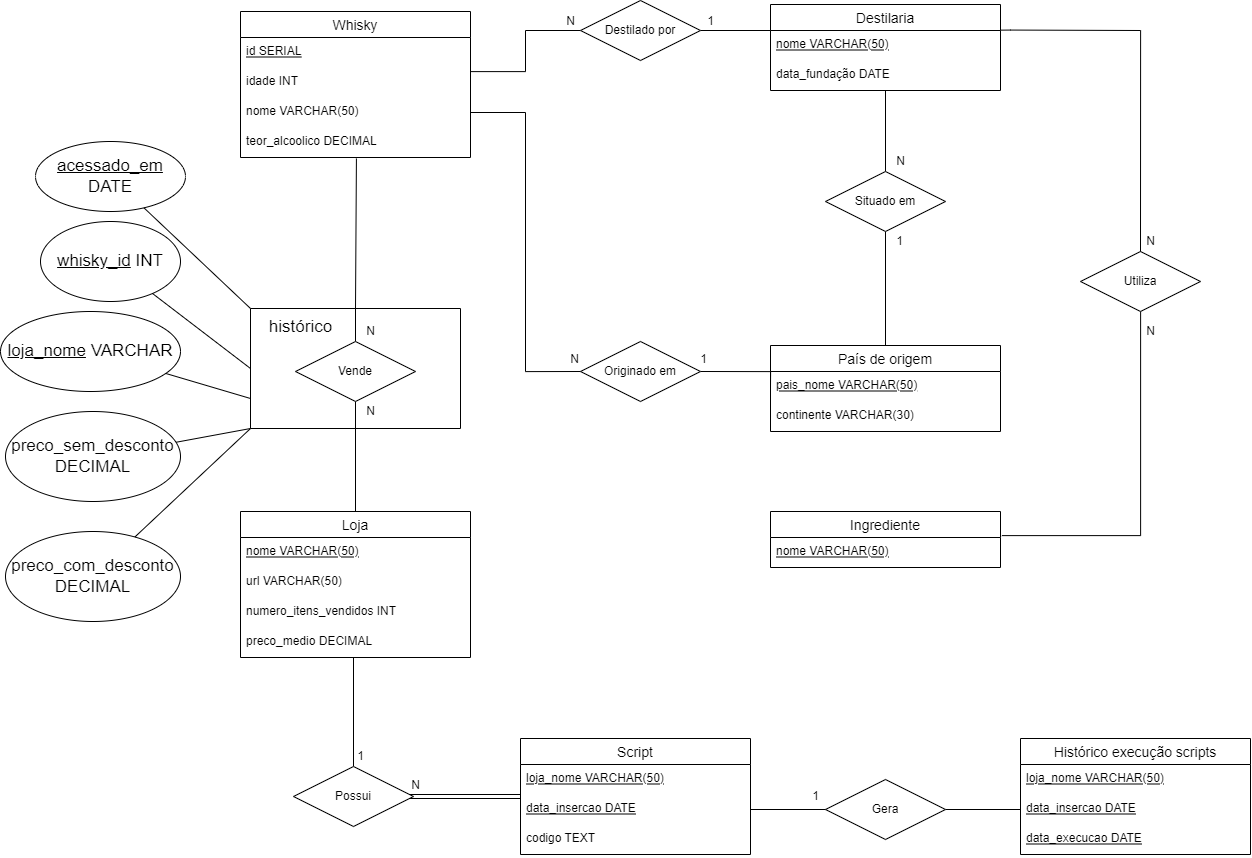
The draw.io diagram diagrama-ER.png in felipedallmann/Trabalho_Banco_de_Dados, before a commit. Source tidied: cells renumbered, new cells last; positions are measured from the earlier drawing's top-left corner, leaving out a move shared by most shapes.
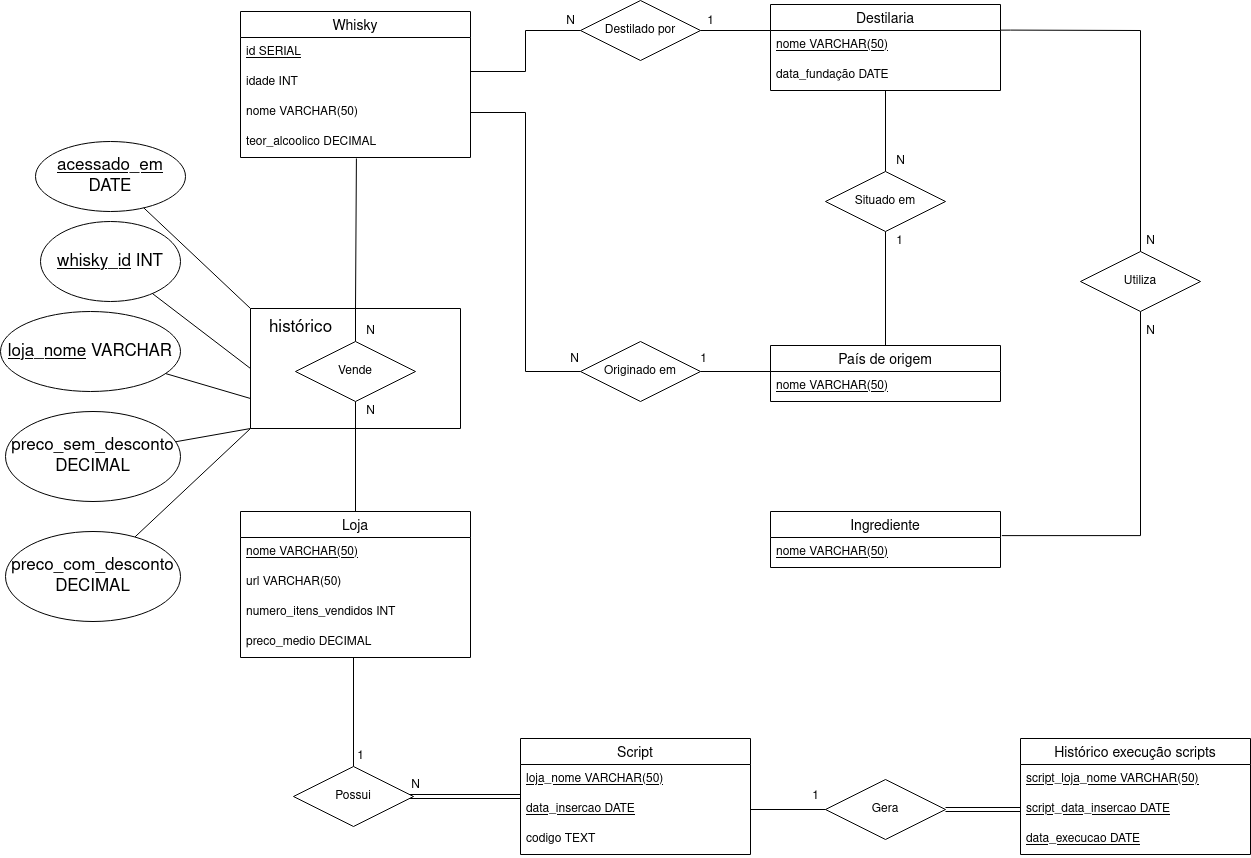
The same diagram one commit later.

Commit message:
Remover continente da tabela pais_de_origem.

What changed in the source:
```diff
@@ -27,14 +27,11 @@
       <mxGeometry y="56" width="230" height="30" as="geometry" />
     </mxCell>
     <mxCell id="10" value="País de origem" style="swimlane;fontStyle=0;horizontal=1;startSize=26;align=center;fontSize=14;" parent="1" vertex="1">
-      <mxGeometry x="770" y="345" width="230" height="86" as="geometry" />
+      <mxGeometry x="770" y="345" width="230" height="56" as="geometry" />
     </mxCell>
-    <mxCell id="11" value="pais_nome VARCHAR(50)" style="text;strokeColor=none;fillColor=none;spacingLeft=4;spacingRight=4;overflow=hidden;points=[[0,0.5],[1,0.5]];portConstraint=eastwest;fontSize=12;fontStyle=4;" parent="10" vertex="1">
+    <mxCell id="11" value="nome VARCHAR(50)" style="text;strokeColor=none;fillColor=none;spacingLeft=4;spacingRight=4;overflow=hidden;points=[[0,0.5],[1,0.5]];portConstraint=eastwest;fontSize=12;fontStyle=4;" parent="10" vertex="1">
       <mxGeometry y="26" width="230" height="30" as="geometry" />
     </mxCell>
-    <mxCell id="12" value="continente VARCHAR(30)" style="text;strokeColor=none;fillColor=none;spacingLeft=4;spacingRight=4;overflow=hidden;fontSize=12;fontStyle=0;" parent="10" vertex="1">
-      <mxGeometry y="56" width="230" height="30" as="geometry" />
-    </mxCell>
     <mxCell id="13" style="edgeStyle=orthogonalEdgeStyle;rounded=0;jettySize=auto;html=1;exitX=0;exitY=0.5;exitDx=0;exitDy=0;endArrow=none;endFill=0;" parent="1" edge="1" source="15">
       <mxGeometry relative="1" as="geometry">
         <mxPoint x="470" y="71" as="targetPoint" />
@@ -232,18 +229,15 @@
     <mxCell id="66" value="Histórico execução scripts" style="swimlane;fontStyle=0;horizontal=1;startSize=26;align=center;fontSize=14;" parent="1" vertex="1">
       <mxGeometry x="1020" y="738" width="230" height="116" as="geometry" />
     </mxCell>
-    <mxCell id="67" value="loja_nome VARCHAR(50)" style="text;strokeColor=none;fillColor=none;spacingLeft=4;spacingRight=4;overflow=hidden;fontSize=12;fontStyle=4;" parent="66" vertex="1">
+    <mxCell id="67" value="script_loja_nome VARCHAR(50)" style="text;strokeColor=none;fillColor=none;spacingLeft=4;spacingRight=4;overflow=hidden;fontSize=12;fontStyle=4;" parent="66" vertex="1">
       <mxGeometry y="26" width="230" height="30" as="geometry" />
     </mxCell>
-    <mxCell id="68" value="data_insercao DATE" style="text;strokeColor=none;fillColor=none;spacingLeft=4;spacingRight=4;overflow=hidden;points=[[0,0.5],[1,0.5]];portConstraint=eastwest;fontSize=12;fontStyle=4;" parent="66" vertex="1">
+    <mxCell id="68" value="script_data_insercao DATE" style="text;strokeColor=none;fillColor=none;spacingLeft=4;spacingRight=4;overflow=hidden;points=[[0,0.5],[1,0.5]];portConstraint=eastwest;fontSize=12;fontStyle=4;" parent="66" vertex="1">
       <mxGeometry y="56" width="230" height="30" as="geometry" />
     </mxCell>
     <mxCell id="69" value="data_execucao DATE" style="text;strokeColor=none;fillColor=none;spacingLeft=4;spacingRight=4;overflow=hidden;fontSize=12;fontStyle=4;" parent="66" vertex="1">
       <mxGeometry y="86" width="230" height="30" as="geometry" />
     </mxCell>
-    <mxCell id="70" style="edgeStyle=orthogonalEdgeStyle;rounded=0;jettySize=auto;html=1;exitX=1;exitY=0.5;exitDx=0;exitDy=0;entryX=0;entryY=0.5;entryDx=0;entryDy=0;endArrow=none;endFill=0;" parent="1" edge="1" source="71" target="68">
-      <mxGeometry relative="1" as="geometry" />
-    </mxCell>
     <mxCell id="71" value="Gera" style="shape=rhombus;perimeter=rhombusPerimeter;whiteSpace=wrap;html=1;align=center;" parent="1" vertex="1">
       <mxGeometry x="825" y="779" width="120" height="60" as="geometry" />
     </mxCell>
@@ -253,5 +247,8 @@
     <mxCell id="73" value="1" style="text;html=1;align=center;verticalAlign=middle;strokeColor=none;fillColor=none;" parent="1" vertex="1">
       <mxGeometry x="805" y="786" width="20" height="20" as="geometry" />
     </mxCell>
+    <mxCell id="70" style="edgeStyle=orthogonalEdgeStyle;rounded=0;jettySize=auto;html=1;exitX=1;exitY=0.5;exitDx=0;exitDy=0;endArrow=none;endFill=0;shape=link;entryX=0;entryY=0.5;entryDx=0;entryDy=0;" parent="1" edge="1" source="71" target="68">
+      <mxGeometry relative="1" as="geometry" />
+    </mxCell>
   </root>
 </mxGraphModel>
```
